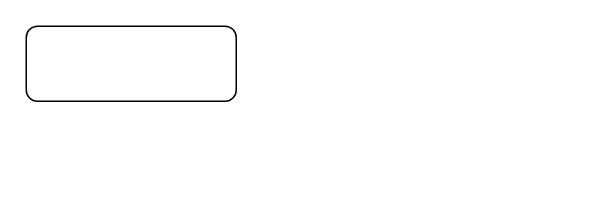
Above: LAEDiagram.drawio in cjour/audit_logistics (draw.io), before the change. Source tidied: cells renumbered, new cells numbered last; positions are measured from the earlier drawing's top-left corner, leaving out a move shared by most shapes. Both pictures are drawn from the tidied source at 150%, with x=0, y=0 at pixel (26, 26).
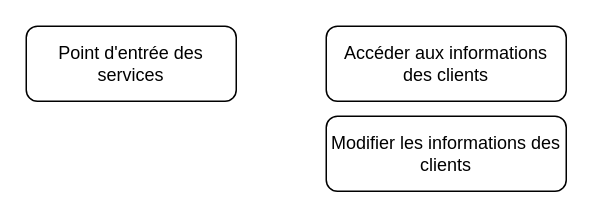
The same page after the edit.

Commit message (it also covers changes not shown here):
Mettre à jour LAEDiagram.drawio

Change to the diagram source:
```diff
@@
 <mxGraphModel>
   <root>
     <mxCell id="0" />
     <mxCell id="1" parent="0" />
-    <mxCell id="2" style="rounded=1;whiteSpace=wrap;html=1;" parent="1" vertex="1">
+    <mxCell id="2" value="Point d'entrée des services" style="rounded=1;whiteSpace=wrap;html=1;" parent="1" vertex="1">
       <mxGeometry width="140" height="50" as="geometry" />
     </mxCell>
+    <mxCell id="3" value="Accéder aux informations des clients" style="rounded=1;whiteSpace=wrap;html=1;" parent="1" vertex="1">
+      <mxGeometry x="200" width="160" height="50" as="geometry" />
+    </mxCell>
+    <mxCell id="4" value="Modifier les informations des clients" style="rounded=1;whiteSpace=wrap;html=1;" parent="1" vertex="1">
+      <mxGeometry x="200" y="60" width="160" height="50" as="geometry" />
+    </mxCell>
   </root>
 </mxGraphModel>
```
